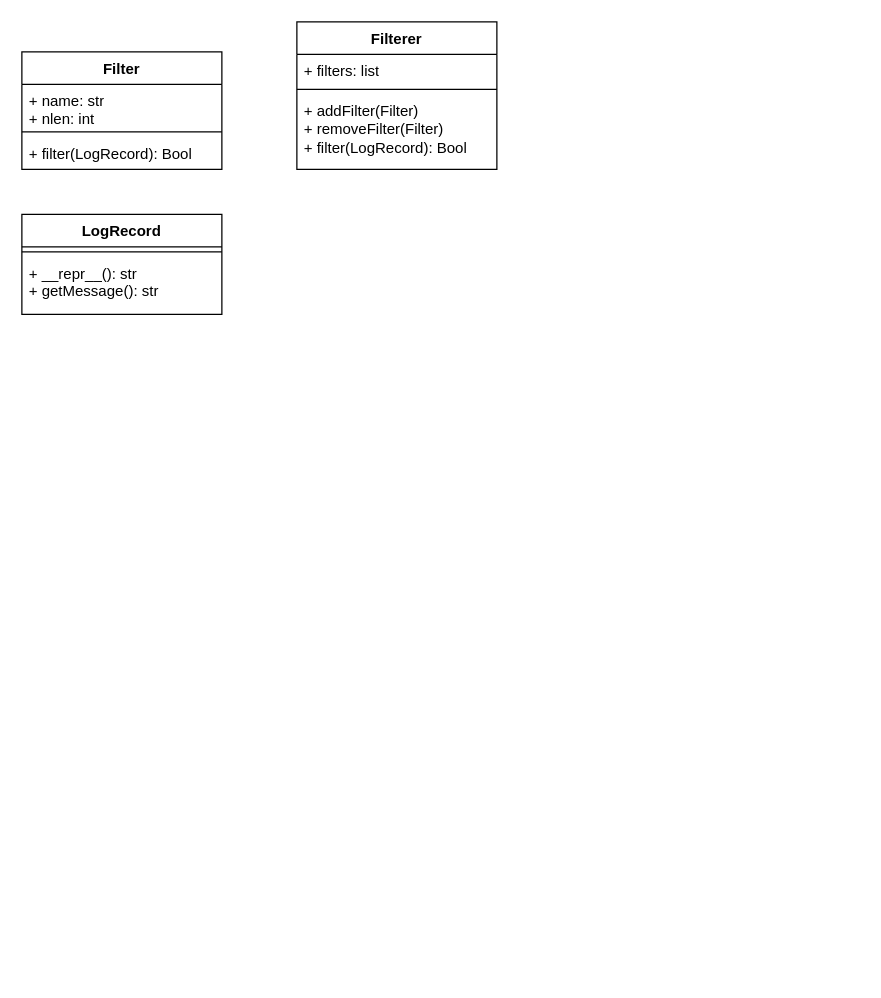
Above: diagrams/logging.drawio in pangqingzhu/diagrams (draw.io), before the change. Source tidied: cells renumbered, new cells numbered last; positions are measured from the earlier drawing's top-left corner, leaving out a move shared by most shapes. Both pictures are drawn from the tidied source at 125%, with x=0, y=0 at pixel (21, 21).
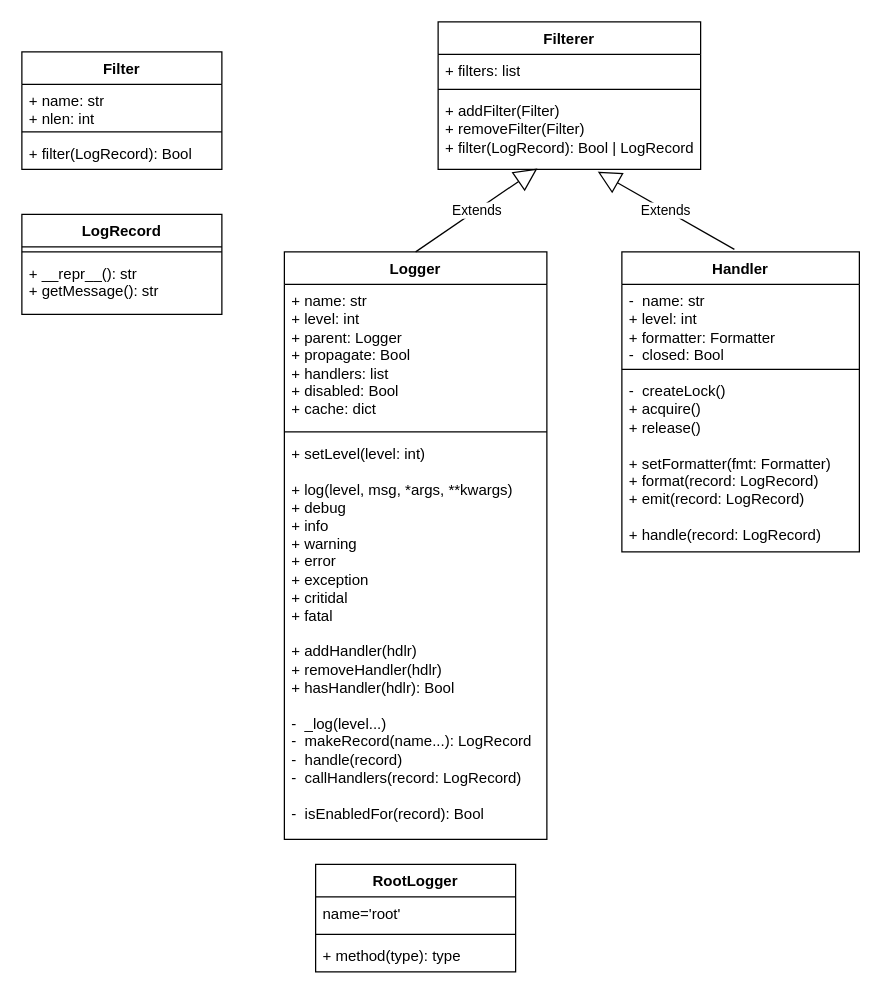
The same diagram, later.

What changed in the source:
```diff
@@
     <mxCell id="6" value="Filterer" style="swimlane;fontStyle=1;align=center;verticalAlign=top;horizontal=1;startSize=26;whiteSpace=wrap;html=1;" parent="1" vertex="1">
-      <mxGeometry x="220" width="160" height="118" as="geometry" />
+      <mxGeometry x="333" width="210" height="118" as="geometry" />
     </mxCell>
     <mxCell id="7" value="+ filters: list" style="text;strokeColor=none;fillColor=none;align=left;verticalAlign=top;spacingLeft=4;spacingRight=4;overflow=hidden;whiteSpace=wrap;html=1;" parent="6" vertex="1">
-      <mxGeometry y="26" width="160" height="24" as="geometry" />
+      <mxGeometry y="26" width="210" height="24" as="geometry" />
     </mxCell>
     <mxCell id="8" style="line;strokeWidth=1;fillColor=none;align=left;verticalAlign=middle;spacingTop=-1;spacingLeft=3;spacingRight=3;labelPosition=right;strokeColor=inherit;" parent="6" vertex="1">
-      <mxGeometry y="50" width="160" height="8" as="geometry" />
+      <mxGeometry y="50" width="210" height="8" as="geometry" />
     </mxCell>
-    <mxCell id="9" value="&lt;div&gt;+ addFilter(Filter)&lt;/div&gt;&lt;div&gt;+ removeFilter(Filter)&lt;/div&gt;&lt;div&gt;+ filter(LogRecord): Bool&lt;/div&gt;" style="text;strokeColor=none;fillColor=none;align=left;verticalAlign=top;spacingLeft=4;spacingRight=4;overflow=hidden;points=[[0,0.5],[1,0.5]];portConstraint=eastwest;whiteSpace=wrap;html=1;" parent="6" vertex="1">
-      <mxGeometry y="58" width="160" height="60" as="geometry" />
+    <mxCell id="9" value="&lt;div&gt;+ addFilter(Filter)&lt;/div&gt;&lt;div&gt;+ removeFilter(Filter)&lt;/div&gt;&lt;div&gt;+ filter(LogRecord): Bool | LogRecord&lt;/div&gt;" style="text;strokeColor=none;fillColor=none;align=left;verticalAlign=top;spacingLeft=4;spacingRight=4;overflow=hidden;points=[[0,0.5],[1,0.5]];portConstraint=eastwest;whiteSpace=wrap;html=1;" parent="6" vertex="1">
+      <mxGeometry y="58" width="210" height="60" as="geometry" />
     </mxCell>
@@
+    <mxCell id="13" value="Logger" style="swimlane;fontStyle=1;align=center;verticalAlign=top;horizontal=1;startSize=26;whiteSpace=wrap;html=1;" parent="1" vertex="1">
+      <mxGeometry x="210" y="184" width="210" height="470" as="geometry" />
+    </mxCell>
+    <mxCell id="14" value="+ name: str&lt;br&gt;+ level: int&lt;br&gt;+ parent: Logger&lt;br&gt;+ propagate: Bool&lt;br&gt;+ handlers: list&lt;br&gt;+ disabled: Bool&lt;br&gt;+ cache: dict" style="text;strokeColor=none;fillColor=none;align=left;verticalAlign=top;spacingLeft=4;spacingRight=4;overflow=hidden;whiteSpace=wrap;html=1;" parent="13" vertex="1">
+      <mxGeometry y="26" width="210" height="114" as="geometry" />
+    </mxCell>
+    <mxCell id="15" style="line;strokeWidth=1;fillColor=none;align=left;verticalAlign=middle;spacingTop=-1;spacingLeft=3;spacingRight=3;labelPosition=right;strokeColor=inherit;" parent="13" vertex="1">
+      <mxGeometry y="140" width="210" height="8" as="geometry" />
+    </mxCell>
+    <mxCell id="16" value="+ setLevel(level: int)&lt;br&gt;&lt;br&gt;+ log(level, msg, *args, **kwargs)&lt;br style=&quot;border-color: var(--border-color);&quot;&gt;+ debug&amp;nbsp;&lt;br&gt;+ info&lt;br&gt;+ warning&lt;br&gt;+ error&lt;br&gt;+ exception&lt;br&gt;+ critidal&lt;br&gt;+ fatal&lt;br&gt;&lt;br&gt;+ addHandler(hdlr)&lt;br style=&quot;border-color: var(--border-color);&quot;&gt;+ removeHandler(hdlr)&lt;br style=&quot;border-color: var(--border-color);&quot;&gt;+ hasHandler(hdlr): Bool&lt;br&gt;&lt;br&gt;-&amp;nbsp; _log(level...)&lt;br&gt;-&amp;nbsp; makeRecord(name...): LogRecord&lt;br&gt;-&amp;nbsp; handle(record)&lt;br&gt;-&amp;nbsp; callHandlers(record: LogRecord)&lt;br&gt;&lt;br&gt;-&amp;nbsp; isEnabledFor(record): Bool" style="text;strokeColor=none;fillColor=none;align=left;verticalAlign=top;spacingLeft=4;spacingRight=4;overflow=hidden;whiteSpace=wrap;html=1;" parent="13" vertex="1">
+      <mxGeometry y="148" width="210" height="322" as="geometry" />
+    </mxCell>
+    <mxCell id="17" value="Handler&lt;br&gt;" style="swimlane;fontStyle=1;align=center;verticalAlign=top;horizontal=1;startSize=26;whiteSpace=wrap;html=1;" parent="1" vertex="1">
+      <mxGeometry x="480" y="184" width="190" height="240" as="geometry" />
+    </mxCell>
+    <mxCell id="18" value="-&amp;nbsp; name: str&lt;br&gt;+ level: int&lt;br&gt;+ formatter: Formatter&lt;br&gt;-&amp;nbsp; closed: Bool" style="text;strokeColor=none;fillColor=none;align=left;verticalAlign=top;spacingLeft=4;spacingRight=4;overflow=hidden;whiteSpace=wrap;html=1;" parent="17" vertex="1">
+      <mxGeometry y="26" width="190" height="64" as="geometry" />
+    </mxCell>
+    <mxCell id="19" style="line;strokeWidth=1;fillColor=none;align=left;verticalAlign=middle;spacingTop=-1;spacingLeft=3;spacingRight=3;labelPosition=right;strokeColor=inherit;" parent="17" vertex="1">
+      <mxGeometry y="90" width="190" height="8" as="geometry" />
+    </mxCell>
+    <mxCell id="20" value="-&amp;nbsp; createLock()&lt;br&gt;+ acquire()&lt;br&gt;+ release()&lt;br&gt;&lt;br&gt;+ setFormatter(fmt: Formatter)&lt;br&gt;+ format(record: LogRecord)&lt;br&gt;+ emit(record: LogRecord)&lt;br&gt;&lt;br&gt;+ handle(record: LogRecord)" style="text;strokeColor=none;fillColor=none;align=left;verticalAlign=top;spacingLeft=4;spacingRight=4;overflow=hidden;whiteSpace=wrap;html=1;" parent="17" vertex="1">
+      <mxGeometry y="98" width="190" height="142" as="geometry" />
+    </mxCell>
+    <mxCell id="21" value="RootLogger" style="swimlane;fontStyle=1;align=center;verticalAlign=top;horizontal=1;startSize=26;whiteSpace=wrap;html=1;" parent="1" vertex="1">
+      <mxGeometry x="235" y="674" width="160" height="86" as="geometry" />
+    </mxCell>
+    <mxCell id="22" value="name='root'" style="text;strokeColor=none;fillColor=none;align=left;verticalAlign=top;spacingLeft=4;spacingRight=4;overflow=hidden;whiteSpace=wrap;html=1;" parent="21" vertex="1">
+      <mxGeometry y="26" width="160" height="26" as="geometry" />
+    </mxCell>
+    <mxCell id="23" style="line;strokeWidth=1;fillColor=none;align=left;verticalAlign=middle;spacingTop=-1;spacingLeft=3;spacingRight=3;labelPosition=right;strokeColor=inherit;" parent="21" vertex="1">
+      <mxGeometry y="52" width="160" height="8" as="geometry" />
+    </mxCell>
+    <mxCell id="24" value="+ method(type): type" style="text;strokeColor=none;fillColor=none;align=left;verticalAlign=top;spacingLeft=4;spacingRight=4;overflow=hidden;whiteSpace=wrap;html=1;" parent="21" vertex="1">
+      <mxGeometry y="60" width="160" height="26" as="geometry" />
+    </mxCell>
+    <mxCell id="25" value="Extends" style="endArrow=block;endSize=16;endFill=0;html=1;rounded=0;exitX=0.5;exitY=0;exitDx=0;exitDy=0;entryX=0.378;entryY=0.99;entryDx=0;entryDy=0;entryPerimeter=0;" parent="1" edge="1" source="13" target="9">
+      <mxGeometry relative="1" as="geometry" />
+    </mxCell>
+    <mxCell id="26" value="Extends" style="endArrow=block;endSize=16;endFill=0;html=1;rounded=0;exitX=0.5;exitY=0;exitDx=0;exitDy=0;entryX=0.608;entryY=1.03;entryDx=0;entryDy=0;entryPerimeter=0;" parent="1" edge="1" target="9">
+      <mxGeometry relative="1" as="geometry">
+        <mxPoint x="570" y="182" as="sourcePoint" />
+      </mxGeometry>
+    </mxCell>
```
